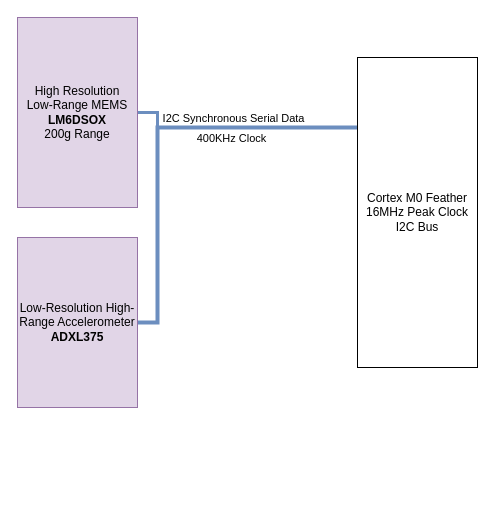
This is functionalblockdiagram-102722.drawio from ceugomez/wiigls, a draw.io file, before an edit. Source tidied: cells renumbered, new cells numbered last; positions are measured from the earlier drawing's top-left corner, leaving out a move shared by most shapes. Both pictures are drawn from the tidied source at 100%, with x=0, y=0 at pixel (17, 17).
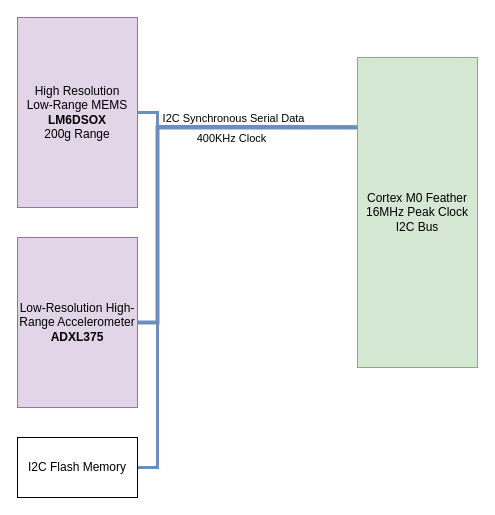
After the change.

What changed in the source:
```diff
@@
 <mxGraphModel>
   <root>
     <mxCell id="0" />
     <mxCell id="1" parent="0" />
     <mxCell id="2" style="edgeStyle=orthogonalEdgeStyle;rounded=0;jettySize=auto;html=1;exitX=1;exitY=0.5;exitDx=0;exitDy=0;entryX=0.083;entryY=0.226;entryDx=0;entryDy=0;entryPerimeter=0;fillColor=#dae8fc;strokeColor=#6c8ebf;strokeWidth=3;endArrow=none;endFill=0;" parent="1" edge="1" source="3" target="8">
       <mxGeometry relative="1" as="geometry">
         <Array as="points">
           <mxPoint x="140" y="95" />
           <mxPoint x="140" y="110" />
         </Array>
       </mxGeometry>
     </mxCell>
     <mxCell id="3" value="High Resolution&lt;br&gt;Low-Range MEMS&lt;br&gt;&lt;b&gt;LM6DSOX&lt;/b&gt;&lt;br&gt;200g Range&lt;br&gt;" style="rounded=0;whiteSpace=wrap;html=1;fillColor=#e1d5e7;strokeColor=#9673a6;" parent="1" vertex="1">
       <mxGeometry width="120" height="190" as="geometry" />
     </mxCell>
     <mxCell id="4" style="edgeStyle=orthogonalEdgeStyle;rounded=0;jettySize=auto;html=1;exitX=1;exitY=0.5;exitDx=0;exitDy=0;fillColor=#dae8fc;strokeColor=#6c8ebf;strokeWidth=4;endArrow=none;endFill=0;" parent="1" edge="1" source="7">
       <mxGeometry relative="1" as="geometry">
         <mxPoint x="340" y="110" as="targetPoint" />
         <Array as="points">
           <mxPoint x="140" y="305" />
           <mxPoint x="140" y="110" />
         </Array>
       </mxGeometry>
     </mxCell>
     <mxCell id="5" value="I2C Synchronous Serial Data" style="edgeLabel;html=1;align=center;verticalAlign=middle;" parent="4" vertex="1">
       <mxGeometry x="0.32" y="3" relative="1" as="geometry">
         <mxPoint x="16" y="-7" as="offset" />
       </mxGeometry>
     </mxCell>
     <mxCell id="6" value="400KHz Clock" style="edgeLabel;html=1;align=center;verticalAlign=middle;" parent="4" vertex="1">
       <mxGeometry x="0.39" y="1" relative="1" as="geometry">
         <mxPoint y="11" as="offset" />
       </mxGeometry>
     </mxCell>
     <mxCell id="7" value="Low-Resolution High-Range Accelerometer&lt;br&gt;&lt;b&gt;ADXL375&lt;/b&gt;" style="rounded=0;whiteSpace=wrap;html=1;fillColor=#e1d5e7;strokeColor=#9673a6;" parent="1" vertex="1">
       <mxGeometry y="220" width="120" height="170" as="geometry" />
     </mxCell>
-    <mxCell id="8" value="Cortex M0 Feather&lt;br&gt;16MHz Peak Clock&lt;br&gt;I2C Bus&lt;br&gt;" style="rounded=0;whiteSpace=wrap;html=1;" parent="1" vertex="1">
+    <mxCell id="8" value="Cortex M0 Feather&lt;br&gt;16MHz Peak Clock&lt;br&gt;I2C Bus&lt;br&gt;" style="rounded=0;whiteSpace=wrap;html=1;fillColor=#d5e8d4;strokeColor=#82b366;" parent="1" vertex="1">
       <mxGeometry x="340" y="40" width="120" height="310" as="geometry" />
     </mxCell>
+    <mxCell id="9" style="edgeStyle=orthogonalEdgeStyle;rounded=0;jettySize=auto;html=1;entryX=-0.006;entryY=0.223;entryDx=0;entryDy=0;entryPerimeter=0;fillColor=#dae8fc;strokeColor=#6c8ebf;strokeWidth=3;endArrow=none;endFill=0;" parent="1" edge="1" source="10" target="8">
+      <mxGeometry relative="1" as="geometry">
+        <Array as="points">
+          <mxPoint x="140" y="450" />
+          <mxPoint x="140" y="109" />
+        </Array>
+      </mxGeometry>
+    </mxCell>
+    <mxCell id="10" value="I2C Flash Memory" style="rounded=0;whiteSpace=wrap;html=1;" parent="1" vertex="1">
+      <mxGeometry y="420" width="120" height="60" as="geometry" />
+    </mxCell>
   </root>
 </mxGraphModel>
```
